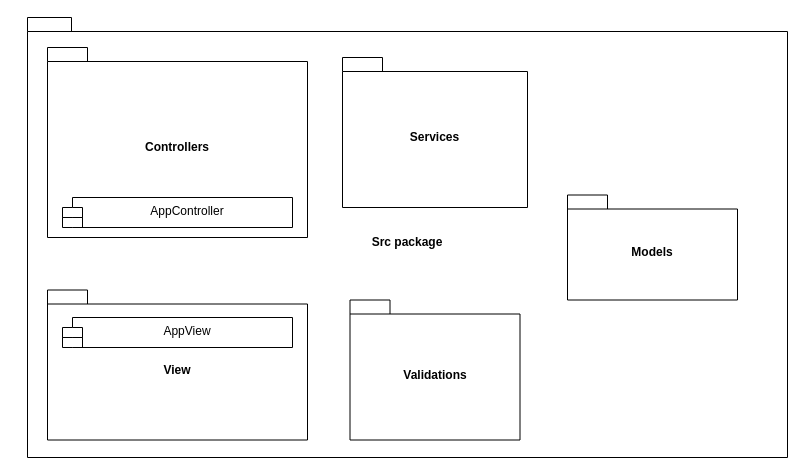
The draw.io diagram page "Diagrama-Componentes" (2 of 3) of modelagens.drawio in luizfcneto/IUUL_Desafio_3.1, before the edit. Source tidied: cells renumbered, new cells numbered last; positions are measured from the earlier drawing's top-left corner, leaving out a move shared by most shapes. Both pictures are drawn from the tidied source at 100%, with x=0, y=0 at pixel (27, 17).
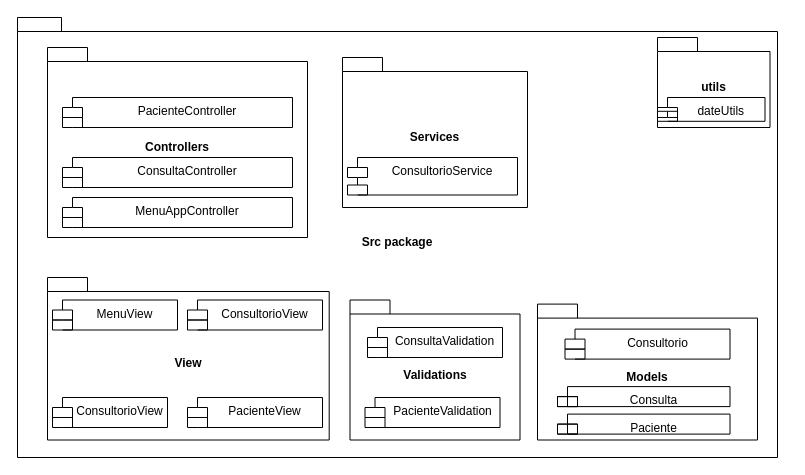
After the change.

Commit message (it also covers changes not shown here):
:books: docs: Atualizando documentacao e modelagens

Change to the diagram source:
```diff
@@
     <mxCell id="2" value="&lt;div&gt;Src package&lt;br&gt;&lt;/div&gt;" style="shape=folder;fontStyle=1;spacingTop=10;tabWidth=40;tabHeight=14;tabPosition=left;html=1;whiteSpace=wrap;fillColor=none;" parent="1" vertex="1">
-      <mxGeometry width="760" height="440" as="geometry" />
+      <mxGeometry x="-10" width="760" height="440" as="geometry" />
     </mxCell>
@@
     <mxCell id="4" value="Models" style="shape=folder;fontStyle=1;spacingTop=10;tabWidth=40;tabHeight=14;tabPosition=left;html=1;whiteSpace=wrap;" parent="1" vertex="1">
-      <mxGeometry x="540" y="177.5" width="170" height="105" as="geometry" />
+      <mxGeometry x="510" y="286.6" width="220" height="135.9" as="geometry" />
     </mxCell>
     <mxCell id="5" value="View" style="shape=folder;fontStyle=1;spacingTop=10;tabWidth=40;tabHeight=14;tabPosition=left;html=1;whiteSpace=wrap;" parent="1" vertex="1">
-      <mxGeometry x="20" y="272.5" width="260" height="150" as="geometry" />
+      <mxGeometry x="20" y="260" width="281.7" height="162.5" as="geometry" />
     </mxCell>
@@
-    <mxCell id="8" value="AppController" style="shape=module;align=left;spacingLeft=20;align=center;verticalAlign=top;whiteSpace=wrap;html=1;" parent="1" vertex="1">
+    <mxCell id="8" value="MenuAppController" style="shape=module;align=left;spacingLeft=20;align=center;verticalAlign=top;whiteSpace=wrap;html=1;" parent="1" vertex="1">
       <mxGeometry x="35" y="180" width="230" height="30" as="geometry" />
     </mxCell>
-    <mxCell id="9" value="AppView" style="shape=module;align=left;spacingLeft=20;align=center;verticalAlign=top;whiteSpace=wrap;html=1;" parent="1" vertex="1">
-      <mxGeometry x="35" y="300" width="230" height="30" as="geometry" />
+    <mxCell id="9" value="MenuView" style="shape=module;align=left;spacingLeft=20;align=center;verticalAlign=top;whiteSpace=wrap;html=1;" parent="1" vertex="1">
+      <mxGeometry x="25" y="282.5" width="125" height="30" as="geometry" />
     </mxCell>
+    <mxCell id="10" value="ConsultorioService" style="shape=module;align=left;spacingLeft=20;align=center;verticalAlign=top;whiteSpace=wrap;html=1;" parent="1" vertex="1">
+      <mxGeometry x="320" y="140" width="170" height="37.5" as="geometry" />
+    </mxCell>
+    <mxCell id="11" value="Consultorio" style="shape=module;align=left;spacingLeft=20;align=center;verticalAlign=top;whiteSpace=wrap;html=1;" parent="1" vertex="1">
+      <mxGeometry x="537.5" y="311.6" width="165" height="30" as="geometry" />
+    </mxCell>
+    <mxCell id="12" value="Consulta" style="shape=module;align=left;spacingLeft=20;align=center;verticalAlign=top;whiteSpace=wrap;html=1;" parent="1" vertex="1">
+      <mxGeometry x="530" y="369.1" width="172.5" height="20" as="geometry" />
+    </mxCell>
+    <mxCell id="13" value="Paciente" style="shape=module;align=left;spacingLeft=20;align=center;verticalAlign=top;whiteSpace=wrap;html=1;" parent="1" vertex="1">
+      <mxGeometry x="530" y="396.6" width="172.5" height="20" as="geometry" />
+    </mxCell>
+    <mxCell id="14" value="ConsultaController" style="shape=module;align=left;spacingLeft=20;align=center;verticalAlign=top;whiteSpace=wrap;html=1;" parent="1" vertex="1">
+      <mxGeometry x="35" y="140" width="230" height="30" as="geometry" />
+    </mxCell>
+    <mxCell id="15" value="PacienteController" style="shape=module;align=left;spacingLeft=20;align=center;verticalAlign=top;whiteSpace=wrap;html=1;" parent="1" vertex="1">
+      <mxGeometry x="35" y="80" width="230" height="30" as="geometry" />
+    </mxCell>
+    <mxCell id="16" value="ConsultorioView" style="shape=module;align=left;spacingLeft=20;align=center;verticalAlign=top;whiteSpace=wrap;html=1;" parent="1" vertex="1">
+      <mxGeometry x="25" y="380" width="115" height="30" as="geometry" />
+    </mxCell>
+    <mxCell id="17" value="ConsultorioView" style="shape=module;align=left;spacingLeft=20;align=center;verticalAlign=top;whiteSpace=wrap;html=1;" parent="1" vertex="1">
+      <mxGeometry x="160" y="282.5" width="135" height="30" as="geometry" />
+    </mxCell>
+    <mxCell id="18" value="PacienteView" style="shape=module;align=left;spacingLeft=20;align=center;verticalAlign=top;whiteSpace=wrap;html=1;" parent="1" vertex="1">
+      <mxGeometry x="160" y="380" width="135" height="30" as="geometry" />
+    </mxCell>
+    <mxCell id="19" value="ConsultaValidation" style="shape=module;align=left;spacingLeft=20;align=center;verticalAlign=top;whiteSpace=wrap;html=1;" parent="1" vertex="1">
+      <mxGeometry x="340" y="310" width="135" height="30" as="geometry" />
+    </mxCell>
+    <mxCell id="20" value="PacienteValidation" style="shape=module;align=left;spacingLeft=20;align=center;verticalAlign=top;whiteSpace=wrap;html=1;" parent="1" vertex="1">
+      <mxGeometry x="337.5" y="380" width="135" height="30" as="geometry" />
+    </mxCell>
+    <mxCell id="21" value="utils" style="shape=folder;fontStyle=1;spacingTop=10;tabWidth=40;tabHeight=14;tabPosition=left;html=1;" parent="1" vertex="1">
+      <mxGeometry x="630" y="20" width="112.5" height="90" as="geometry" />
+    </mxCell>
+    <mxCell id="22" value="dateUtils" style="shape=module;align=left;spacingLeft=20;align=center;verticalAlign=top;" parent="1" vertex="1">
+      <mxGeometry x="630" y="80" width="107.5" height="23.8" as="geometry" />
+    </mxCell>
```
